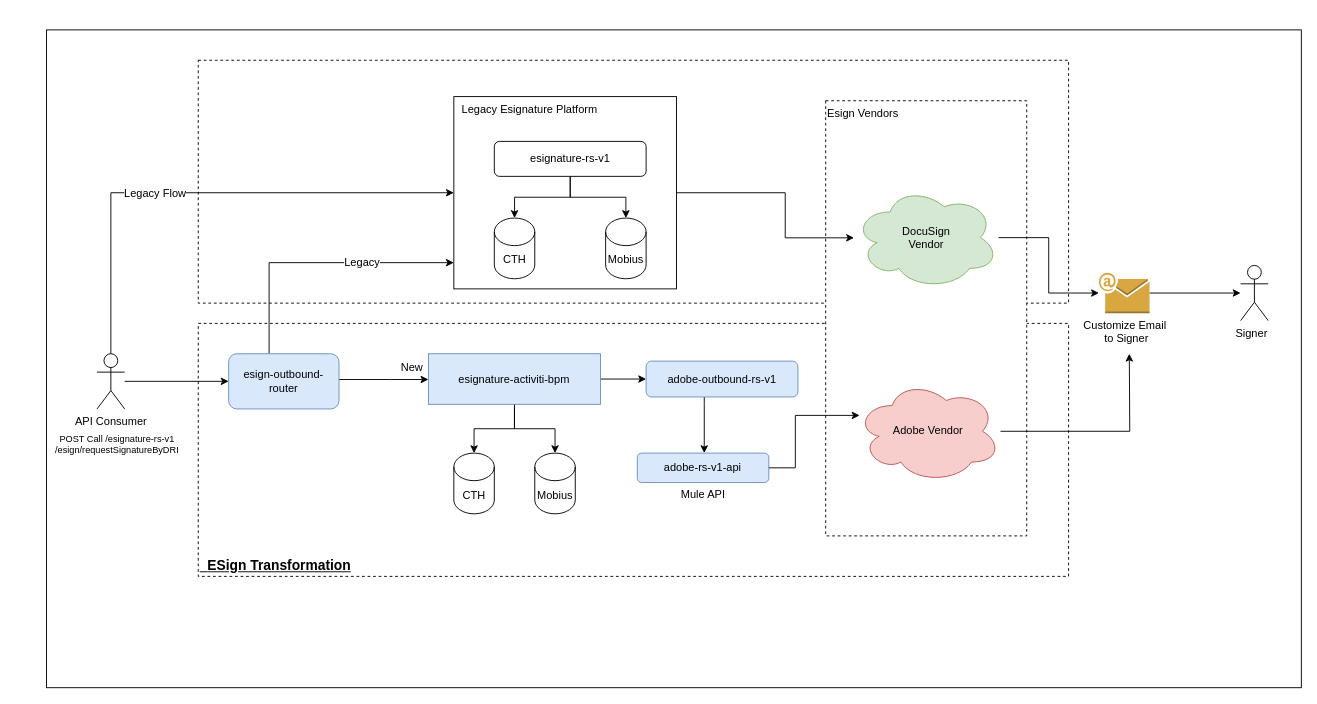
Before: esign-architecture.drawio in Tayyabt120/app-diagrams, a draw.io diagram. Source tidied: cells renumbered, new cells numbered last; positions are measured from the earlier drawing's top-left corner, leaving out a move shared by most shapes. Both pictures are drawn from the tidied source at 92%, with x=0, y=0 at pixel (16, 29).
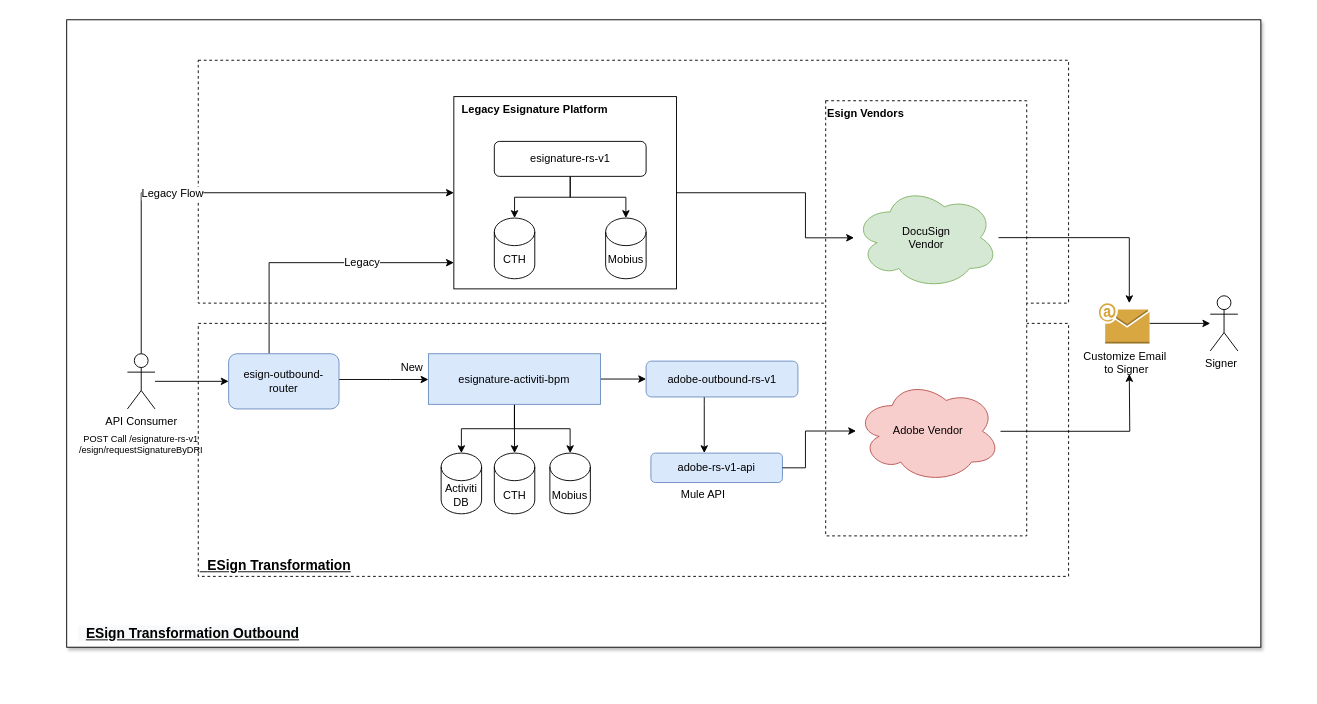
The same page after the edit.

Unchanged cells that the change refers to:
```xml
<mxCell id="19" value="esignature-activiti-bpm" style="rounded=0;whiteSpace=wrap;html=1;fontSize=12;fillColor=#dae8fc;strokeColor=#6c8ebf;" parent="1" vertex="1">
  <mxGeometry x="448.2" y="352" width="187" height="55" as="geometry" />
</mxCell>
<mxCell id="37" value="DocuSign&lt;br&gt;Vendor" style="ellipse;shape=cloud;whiteSpace=wrap;html=1;fontSize=12;align=center;fillColor=#d5e8d4;strokeColor=#82b366;" parent="1" vertex="1">
  <mxGeometry x="910.8" y="170" width="157" height="111.5" as="geometry" />
</mxCell>
<mxCell id="38" value="Adobe Vendor" style="ellipse;shape=cloud;whiteSpace=wrap;html=1;fontSize=12;align=center;fillColor=#f8cecc;strokeColor=#b85450;" parent="1" vertex="1">
  <mxGeometry x="913" y="380.5" width="157" height="111.5" as="geometry" />
</mxCell>
```

Diff of the diagram source:
```diff
@@
-    <mxCell id="2" style="rounded=0;whiteSpace=wrap;html=1;strokeWidth=1;fontSize=15;align=center;" parent="1" vertex="1">
-      <mxGeometry x="33" width="1364" height="715" as="geometry" />
+    <mxCell id="2" style="rounded=0;whiteSpace=wrap;html=1;strokeWidth=1;fontSize=15;align=center;glass=0;sketch=0;shadow=1;" parent="1" vertex="1">
+      <mxGeometry x="55" y="-11" width="1298" height="682" as="geometry" />
     </mxCell>
@@
-    <mxCell id="5" value="&amp;nbsp; Legacy&amp;nbsp;Esignature Platform" style="rounded=0;whiteSpace=wrap;html=1;fontSize=12;align=left;verticalAlign=top;" parent="1" vertex="1">
+    <mxCell id="5" value="&lt;b&gt;&amp;nbsp; Legacy&amp;nbsp;Esignature Platform&lt;/b&gt;" style="rounded=0;whiteSpace=wrap;html=1;fontSize=12;align=left;verticalAlign=top;" parent="1" vertex="1">
       <mxGeometry x="475.8" y="72.5" width="242" height="209" as="geometry" />
     </mxCell>
@@
     <mxCell id="7" style="edgeStyle=orthogonalEdgeStyle;rounded=0;jettySize=auto;html=1;fontSize=12;" parent="1" edge="1" source="9" target="5">
       <mxGeometry relative="1" as="geometry">
         <Array as="points">
-          <mxPoint x="103" y="177" />
+          <mxPoint x="136" y="177" />
         </Array>
       </mxGeometry>
     </mxCell>
@@
     <mxCell id="9" value="API Consumer" style="shape=umlActor;verticalLabelPosition=bottom;verticalAlign=top;html=1;outlineConnect=0;" parent="1" vertex="1">
-      <mxGeometry x="88" y="352" width="30" height="60" as="geometry" />
+      <mxGeometry x="121" y="352" width="30" height="60" as="geometry" />
     </mxCell>
     <mxCell id="10" value="POST Call /esignature-rs-v1&lt;br&gt;/esign/requestSignatureByDRI" style="text;html=1;strokeColor=none;fillColor=none;align=center;verticalAlign=middle;whiteSpace=wrap;rounded=0;fontSize=10;" parent="1" vertex="1">
-      <mxGeometry y="440" width="220" height="20" as="geometry" />
+      <mxGeometry x="26" y="440" width="220" height="20" as="geometry" />
     </mxCell>
@@
+    <mxCell id="42" style="edgeStyle=orthogonalEdgeStyle;rounded=0;jettySize=auto;html=1;fontSize=15;" parent="1" edge="1" source="19" target="43">
+      <mxGeometry relative="1" as="geometry" />
+    </mxCell>
@@
     <mxCell id="26" value="Signer&amp;nbsp;&amp;nbsp;" style="shape=umlActor;verticalLabelPosition=bottom;verticalAlign=top;html=1;outlineConnect=0;fontSize=12;align=center;" parent="1" vertex="1">
-      <mxGeometry x="1331" y="256" width="30" height="60" as="geometry" />
+      <mxGeometry x="1298" y="289" width="30" height="60" as="geometry" />
     </mxCell>
@@
     <mxCell id="28" value="Customize Email&lt;br&gt;&amp;nbsp;to Signer" style="outlineConnect=0;dashed=0;verticalLabelPosition=bottom;verticalAlign=top;align=center;html=1;shape=mxgraph.aws3.email;fillColor=#D9A741;gradientColor=none;fontSize=12;" parent="1" vertex="1">
-      <mxGeometry x="1177" y="264" width="55" height="44" as="geometry" />
+      <mxGeometry x="1177" y="297" width="55" height="44" as="geometry" />
     </mxCell>
@@
     <mxCell id="31" value="adobe-rs-v1-api" style="rounded=1;whiteSpace=wrap;html=1;fontSize=12;align=center;fillColor=#dae8fc;strokeColor=#6c8ebf;" parent="1" vertex="1">
-      <mxGeometry x="675.2" y="460" width="143" height="32" as="geometry" />
+      <mxGeometry x="690" y="460" width="143" height="32" as="geometry" />
     </mxCell>
@@
     <mxCell id="33" value="CTH" style="shape=cylinder3;whiteSpace=wrap;html=1;boundedLbl=1;backgroundOutline=1;size=15;fontSize=12;align=center;" parent="1" vertex="1">
-      <mxGeometry x="475.8" y="460" width="44" height="66" as="geometry" />
+      <mxGeometry x="519.8" y="460" width="44" height="66" as="geometry" />
     </mxCell>
     <mxCell id="34" value="Mobius" style="shape=cylinder3;whiteSpace=wrap;html=1;boundedLbl=1;backgroundOutline=1;size=15;fontSize=12;align=center;" parent="1" vertex="1">
-      <mxGeometry x="563.8" y="460" width="44" height="66" as="geometry" />
+      <mxGeometry x="580.2" y="460" width="44" height="66" as="geometry" />
     </mxCell>
-    <mxCell id="35" value="Esign Vendors" style="rounded=0;whiteSpace=wrap;html=1;fontSize=12;align=left;verticalAlign=top;dashed=1;" parent="1" vertex="1">
+    <mxCell id="35" value="&lt;b&gt;Esign Vendors&lt;/b&gt;" style="rounded=0;whiteSpace=wrap;html=1;fontSize=12;align=left;verticalAlign=top;dashed=1;" parent="1" vertex="1">
       <mxGeometry x="880" y="77" width="218.5" height="473" as="geometry" />
     </mxCell>
     <mxCell id="36" style="edgeStyle=orthogonalEdgeStyle;rounded=0;jettySize=auto;html=1;fontSize=12;" parent="1" edge="1" source="5" target="37">
       <mxGeometry relative="1" as="geometry">
         <Array as="points">
-          <mxPoint x="836" y="177" />
-          <mxPoint x="836" y="226" />
+          <mxPoint x="858" y="177" />
+          <mxPoint x="858" y="226" />
         </Array>
       </mxGeometry>
     </mxCell>
@@
     <mxCell id="39" style="edgeStyle=orthogonalEdgeStyle;rounded=0;jettySize=auto;html=1;fontSize=12;" parent="1" edge="1" source="38">
       <mxGeometry relative="1" as="geometry">
-        <mxPoint x="1210" y="352" as="targetPoint" />
+        <mxPoint x="1210" y="374" as="targetPoint" />
       </mxGeometry>
     </mxCell>
     <mxCell id="40" style="edgeStyle=orthogonalEdgeStyle;rounded=0;jettySize=auto;html=1;fontSize=12;" parent="1" edge="1" source="37" target="28">
-      <mxGeometry relative="1" as="geometry" />
+      <mxGeometry relative="1" as="geometry">
+        <Array as="points">
+          <mxPoint x="1210" y="226" />
+        </Array>
+      </mxGeometry>
     </mxCell>
     <mxCell id="41" style="edgeStyle=orthogonalEdgeStyle;rounded=0;jettySize=auto;html=1;fontSize=12;" parent="1" edge="1" source="31" target="38">
       <mxGeometry relative="1" as="geometry">
         <Array as="points">
-          <mxPoint x="847" y="476" />
-          <mxPoint x="847" y="419" />
+          <mxPoint x="858" y="476" />
+          <mxPoint x="858" y="436" />
         </Array>
       </mxGeometry>
     </mxCell>
+    <mxCell id="43" value="Activiti&lt;br&gt;DB" style="shape=cylinder3;whiteSpace=wrap;html=1;boundedLbl=1;backgroundOutline=1;size=15;fontSize=12;align=center;" parent="1" vertex="1">
+      <mxGeometry x="462" y="460" width="44" height="66" as="geometry" />
+    </mxCell>
+    <mxCell id="44" value="&lt;span style=&quot;color: rgb(0 , 0 , 0) ; font-family: &amp;#34;helvetica&amp;#34; ; font-size: 15px ; font-style: normal ; letter-spacing: normal ; text-align: left ; text-indent: 0px ; text-transform: none ; word-spacing: 0px ; background-color: rgb(248 , 249 , 250) ; font-weight: normal&quot;&gt;&amp;nbsp;&lt;span&gt;&amp;nbsp;&lt;/span&gt;&lt;/span&gt;&lt;span style=&quot;color: rgb(0 , 0 , 0) ; font-family: &amp;#34;helvetica&amp;#34; ; font-size: 15px ; font-style: normal ; font-weight: 700 ; letter-spacing: normal ; text-align: left ; text-indent: 0px ; text-transform: none ; word-spacing: 0px ; background-color: rgb(248 , 249 , 250) ; text-decoration: underline ; display: inline ; float: none&quot;&gt;ESign Transformation Outbound&lt;/span&gt;" style="text;whiteSpace=wrap;html=1;" parent="1" vertex="1">
+      <mxGeometry x="66" y="641" width="264" height="30" as="geometry" />
+    </mxCell>
```
